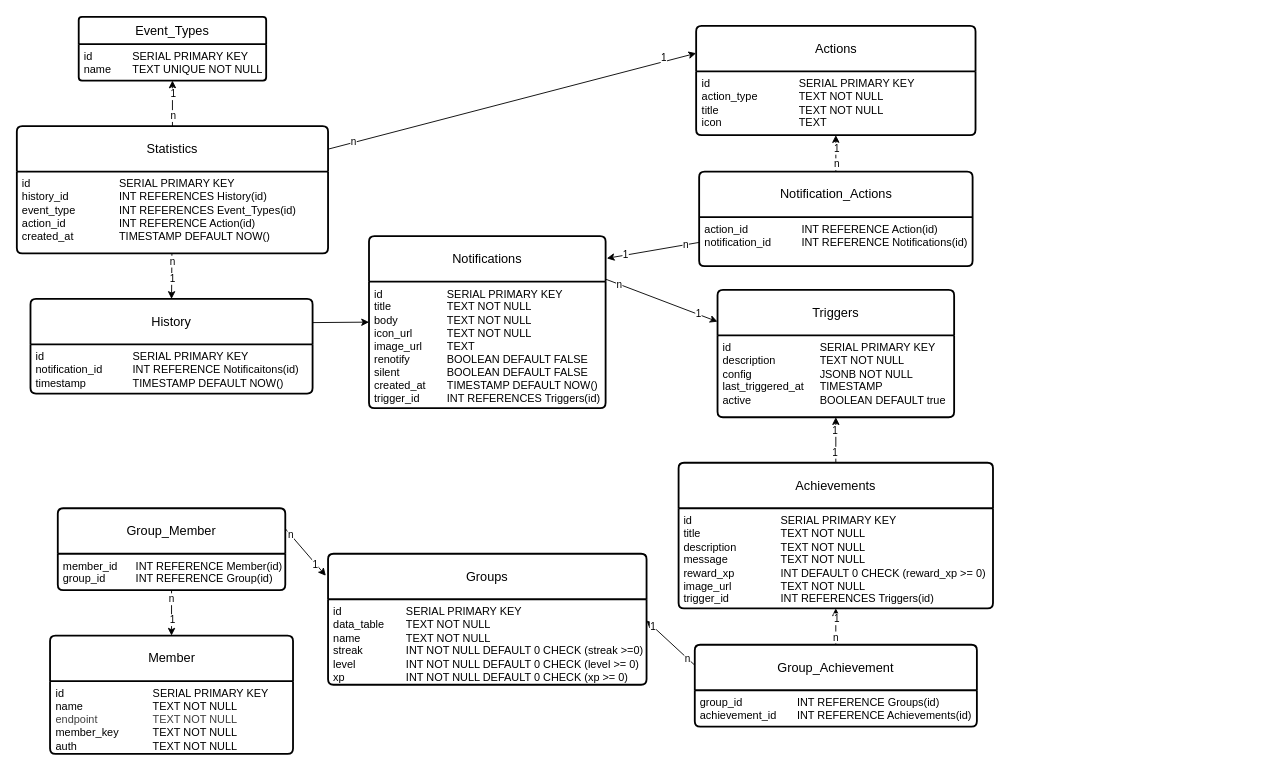
This is Database/docs/database_construction.drawio from olHannes/WebPush-Docs, a draw.io file, before an edit. Source tidied: cells renumbered, new cells numbered last; positions are measured from the earlier drawing's top-left corner, leaving out a move shared by most shapes. Both pictures are drawn from the tidied source at 91%, with x=0, y=0 at pixel (16, 16).
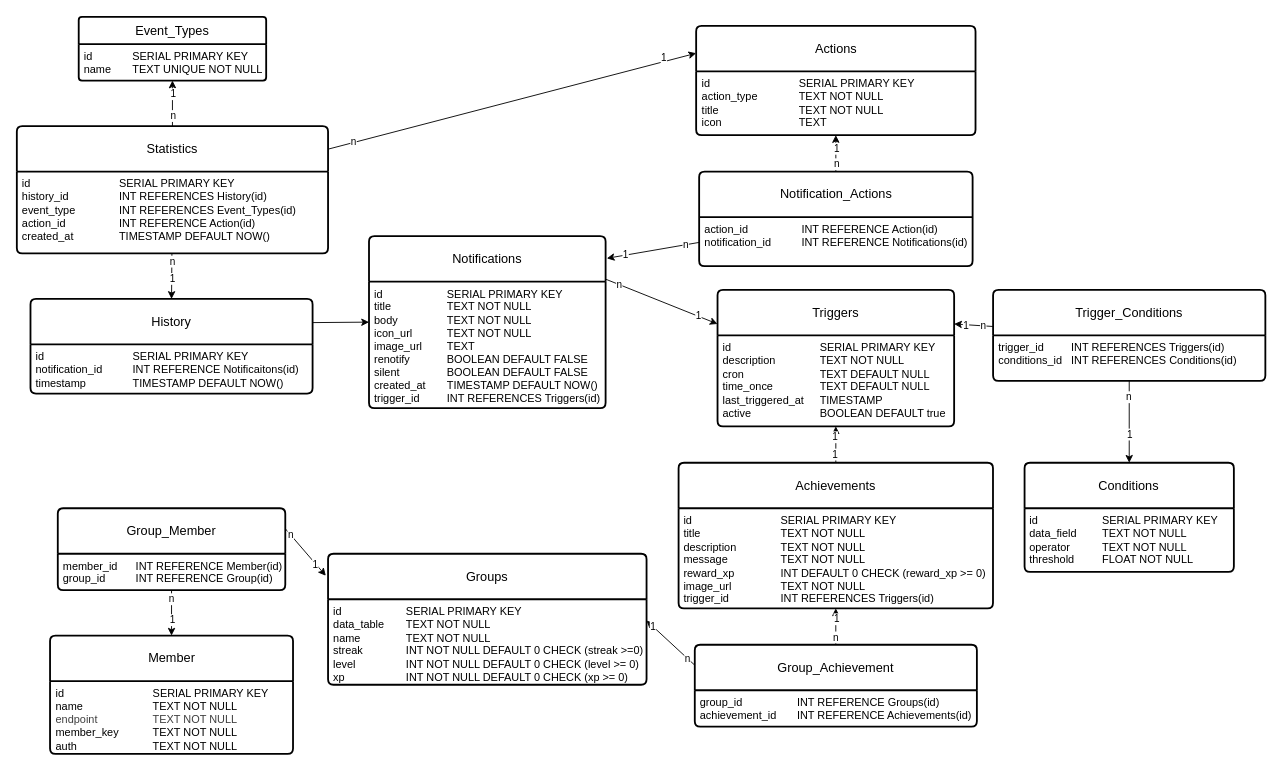
The same diagram, later.

Commit message:
removed Trigger-config added Conditions table

Change to the diagram source:
```diff
@@
     <mxCell id="4" value="Triggers" style="swimlane;horizontal=1;startSize=50;rounded=1;fontSize=14;fontStyle=0;strokeWidth=2;shadow=0;dashed=0;align=center;arcSize=4;whiteSpace=wrap;html=1;" parent="1" vertex="1">
-      <mxGeometry x="770" y="300" width="260" height="140" as="geometry" />
+      <mxGeometry x="770" y="300" width="260" height="150" as="geometry" />
     </mxCell>
-    <mxCell id="5" value="id&lt;span style=&quot;white-space: pre;&quot;&gt;&#9;&lt;/span&gt;&lt;span style=&quot;white-space: pre;&quot;&gt;&#9;&lt;/span&gt;&lt;span style=&quot;white-space: pre;&quot;&gt;&#9;&lt;span style=&quot;white-space: pre;&quot;&gt;&#9;&lt;/span&gt;&lt;/span&gt;SERIAL PRIMARY KEY&lt;div&gt;&lt;div&gt;&lt;font color=&quot;#000000&quot;&gt;description&lt;span style=&quot;white-space: pre;&quot;&gt;&#9;&lt;/span&gt;&lt;span style=&quot;white-space: pre;&quot;&gt;&#9;&lt;/span&gt;TEXT NOT NULL&lt;/font&gt;&lt;/div&gt;&lt;div&gt;&lt;font color=&quot;#000000&quot;&gt;config&amp;nbsp;&lt;span style=&quot;white-space: pre;&quot;&gt;&#9;&lt;/span&gt;&lt;span style=&quot;white-space: pre;&quot;&gt;&#9;&lt;span style=&quot;white-space: pre;&quot;&gt;&#9;&lt;/span&gt;&lt;/span&gt;JSONB NOT NULL&lt;/font&gt;&lt;/div&gt;&lt;div&gt;&lt;font color=&quot;#000000&quot;&gt;last_triggered_at&lt;span style=&quot;white-space: pre;&quot;&gt;&#9;&lt;/span&gt;TIMESTAMP&lt;/font&gt;&lt;/div&gt;&lt;div&gt;&lt;font color=&quot;#000000&quot;&gt;active&lt;span style=&quot;white-space: pre;&quot;&gt;&#9;&lt;/span&gt;&lt;span style=&quot;white-space: pre;&quot;&gt;&#9;&lt;/span&gt;&lt;span style=&quot;white-space: pre;&quot;&gt;&#9;&lt;/span&gt;BOOLEAN DEFAULT true&lt;br&gt;&lt;/font&gt;&lt;div&gt;&lt;br&gt;&lt;/div&gt;&lt;/div&gt;&lt;/div&gt;" style="align=left;strokeColor=none;fillColor=none;spacingLeft=4;fontSize=12;verticalAlign=top;html=1;" parent="4" vertex="1">
-      <mxGeometry y="50" width="260" height="90" as="geometry" />
+    <mxCell id="5" value="id&lt;span style=&quot;white-space: pre;&quot;&gt;&#9;&lt;/span&gt;&lt;span style=&quot;white-space: pre;&quot;&gt;&#9;&lt;/span&gt;&lt;span style=&quot;white-space: pre;&quot;&gt;&#9;&lt;span style=&quot;white-space: pre;&quot;&gt;&#9;&lt;/span&gt;&lt;/span&gt;SERIAL PRIMARY KEY&lt;div&gt;&lt;div&gt;&lt;font color=&quot;#000000&quot;&gt;description&lt;span style=&quot;white-space: pre;&quot;&gt;&#9;&lt;/span&gt;&lt;span style=&quot;white-space: pre;&quot;&gt;&#9;&lt;/span&gt;TEXT NOT NULL&lt;/font&gt;&lt;/div&gt;&lt;div&gt;&lt;font color=&quot;#000000&quot;&gt;cron&amp;nbsp;&lt;span style=&quot;white-space: pre;&quot;&gt;&#9;&lt;/span&gt;&lt;span style=&quot;white-space: pre;&quot;&gt;&#9;&lt;/span&gt;&lt;span style=&quot;white-space: pre;&quot;&gt;&#9;&lt;/span&gt;TEXT DEFAULT NULL&lt;/font&gt;&lt;/div&gt;&lt;div&gt;time_once&lt;span style=&quot;white-space: pre;&quot;&gt;&#9;&lt;/span&gt;&lt;span style=&quot;white-space: pre;&quot;&gt;&#9;&lt;/span&gt;TEXT DEFAULT NULL&lt;/div&gt;&lt;div&gt;&lt;font color=&quot;#000000&quot;&gt;last_triggered_at&lt;span style=&quot;white-space: pre;&quot;&gt;&#9;&lt;/span&gt;TIMESTAMP&lt;/font&gt;&lt;/div&gt;&lt;div&gt;&lt;font color=&quot;#000000&quot;&gt;active&lt;span style=&quot;white-space: pre;&quot;&gt;&#9;&lt;/span&gt;&lt;span style=&quot;white-space: pre;&quot;&gt;&#9;&lt;/span&gt;&lt;span style=&quot;white-space: pre;&quot;&gt;&#9;&lt;/span&gt;BOOLEAN DEFAULT true&lt;/font&gt;&lt;/div&gt;&lt;/div&gt;" style="align=left;strokeColor=none;fillColor=none;spacingLeft=4;fontSize=12;verticalAlign=top;html=1;" parent="4" vertex="1">
+      <mxGeometry y="50" width="260" height="100" as="geometry" />
     </mxCell>
@@
+    <mxCell id="60" value="Conditions" style="swimlane;horizontal=1;startSize=50;rounded=1;fontSize=14;fontStyle=0;strokeWidth=2;shadow=0;dashed=0;align=center;arcSize=4;whiteSpace=wrap;html=1;" parent="1" vertex="1">
+      <mxGeometry x="1107.4" y="490" width="230" height="120" as="geometry" />
+    </mxCell>
+    <mxCell id="61" value="&lt;div&gt;&lt;div&gt;&lt;div&gt;id&lt;span style=&quot;white-space: pre;&quot;&gt;&#9;&lt;/span&gt;&lt;span style=&quot;white-space: pre;&quot;&gt;&#9;&lt;/span&gt;&lt;span style=&quot;white-space: pre;&quot;&gt;&#9;&lt;/span&gt;SERIAL PRIMARY KEY&lt;/div&gt;&lt;/div&gt;&lt;/div&gt;&lt;div&gt;data_field&lt;span style=&quot;white-space: pre;&quot;&gt;&#9;&lt;/span&gt;TEXT NOT NULL&lt;/div&gt;&lt;div&gt;operator&lt;span style=&quot;white-space: pre;&quot;&gt;&#9;&lt;/span&gt;&lt;span style=&quot;white-space: pre;&quot;&gt;&#9;&lt;/span&gt;TEXT NOT NULL&lt;/div&gt;&lt;div&gt;threshold&lt;span style=&quot;white-space: pre;&quot;&gt;&#9;&lt;/span&gt;&lt;span style=&quot;white-space: pre;&quot;&gt;&#9;&lt;/span&gt;FLOAT NOT NULL&lt;/div&gt;" style="align=left;strokeColor=none;fillColor=none;spacingLeft=4;fontSize=12;verticalAlign=top;html=1;" parent="60" vertex="1">
+      <mxGeometry y="50" width="230" height="70" as="geometry" />
+    </mxCell>
+    <mxCell id="62" style="edgeStyle=none;html=1;entryX=1;entryY=0.25;entryDx=0;entryDy=0;" parent="1" edge="1" source="68" target="4">
+      <mxGeometry relative="1" as="geometry" />
+    </mxCell>
+    <mxCell id="63" value="n" style="edgeLabel;html=1;align=center;verticalAlign=middle;" parent="62" vertex="1">
+      <mxGeometry x="-0.48" relative="1" as="geometry" />
+    </mxCell>
+    <mxCell id="64" value="1" style="edgeLabel;html=1;align=center;verticalAlign=middle;" parent="62" vertex="1">
+      <mxGeometry x="0.39" relative="1" as="geometry" />
+    </mxCell>
+    <mxCell id="65" style="edgeStyle=none;html=1;entryX=0.5;entryY=0;entryDx=0;entryDy=0;" parent="1" edge="1" source="68" target="60">
+      <mxGeometry relative="1" as="geometry" />
+    </mxCell>
+    <mxCell id="66" value="1" style="edgeLabel;html=1;align=center;verticalAlign=middle;" parent="65" vertex="1">
+      <mxGeometry x="0.28" relative="1" as="geometry" />
+    </mxCell>
+    <mxCell id="67" value="n" style="edgeLabel;html=1;align=center;verticalAlign=middle;" parent="65" vertex="1">
+      <mxGeometry x="-0.63" y="-1" relative="1" as="geometry" />
+    </mxCell>
+    <mxCell id="68" value="Trigger_Conditions" style="swimlane;horizontal=1;startSize=50;rounded=1;fontSize=14;fontStyle=0;strokeWidth=2;shadow=0;dashed=0;align=center;arcSize=4;whiteSpace=wrap;html=1;" parent="1" vertex="1">
+      <mxGeometry x="1072.8" y="300" width="299.2" height="100" as="geometry" />
+    </mxCell>
+    <mxCell id="69" value="trigger_id&lt;span style=&quot;white-space: pre;&quot;&gt;&#9;&lt;/span&gt;&lt;span style=&quot;white-space: pre;&quot;&gt;&#9;&lt;/span&gt;INT REFERENCES Triggers(id)&lt;div&gt;conditions_id&lt;span style=&quot;white-space: pre;&quot;&gt;&#9;&lt;/span&gt;INT REFERENCES Conditions(id)&lt;/div&gt;" style="align=left;strokeColor=none;fillColor=none;spacingLeft=4;fontSize=12;verticalAlign=top;html=1;" parent="68" vertex="1">
+      <mxGeometry y="50" width="299.2" height="50" as="geometry" />
+    </mxCell>
```
